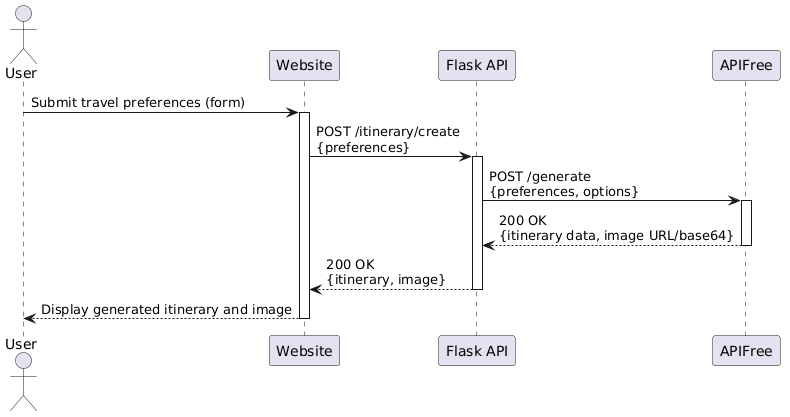
EasonYang0618/travel-planner-generator keeps this PlantUML diagram as Task2/uml/sequence_diagram.png. Above is the earlier version. Its diagram source:
```plantuml
@startuml
actor User
participant Website
participant "Flask API" as FlaskAPI
participant APIFree

User -> Website: Submit travel preferences (form)
activate Website

Website -> FlaskAPI: POST /itinerary/create\n{preferences}
activate FlaskAPI

FlaskAPI -> APIFree: POST /generate\n{preferences, options}
activate APIFree

APIFree --> FlaskAPI: 200 OK\n{itinerary data, image URL/base64}
deactivate APIFree

FlaskAPI --> Website: 200 OK\n{itinerary, image}
deactivate FlaskAPI

Website --> User: Display generated itinerary and image
deactivate Website
@enduml
```
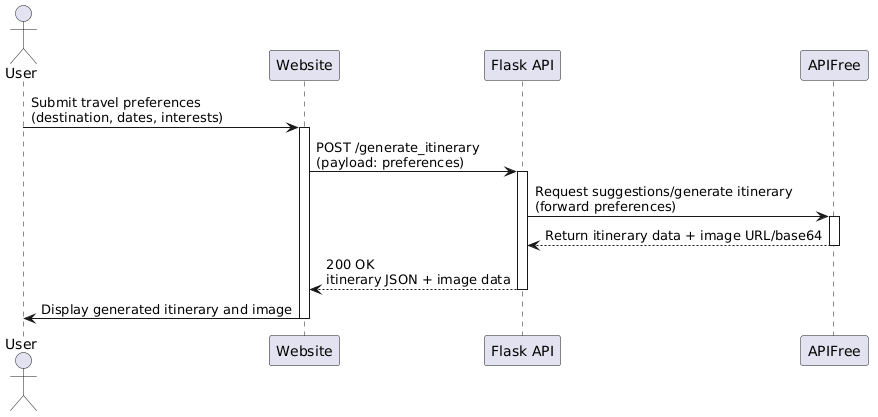
The same diagram one commit later.

Commit message:
Generate travel planner website

What changed in the source:
```diff
@@ -1,24 +1,24 @@
 @startuml
 actor User
 participant Website
-participant "Flask API" as FlaskAPI
+participant "Flask API" as API
 participant APIFree
 
-User -> Website: Submit travel preferences (form)
+User -> Website: Submit travel preferences\n(destination, dates, interests)
 activate Website
 
-Website -> FlaskAPI: POST /itinerary/create\n{preferences}
-activate FlaskAPI
+Website -> API: POST /generate_itinerary\n(payload: preferences)
+activate API
 
-FlaskAPI -> APIFree: POST /generate\n{preferences, options}
+API -> APIFree: Request suggestions/generate itinerary\n(forward preferences)
 activate APIFree
 
-APIFree --> FlaskAPI: 200 OK\n{itinerary data, image URL/base64}
+APIFree --> API: Return itinerary data + image URL/base64
 deactivate APIFree
 
-FlaskAPI --> Website: 200 OK\n{itinerary, image}
-deactivate FlaskAPI
+API --> Website: 200 OK\nitinerary JSON + image data
+deactivate API
 
-Website --> User: Display generated itinerary and image
+Website -> User: Display generated itinerary and image
 deactivate Website
 @enduml
```
